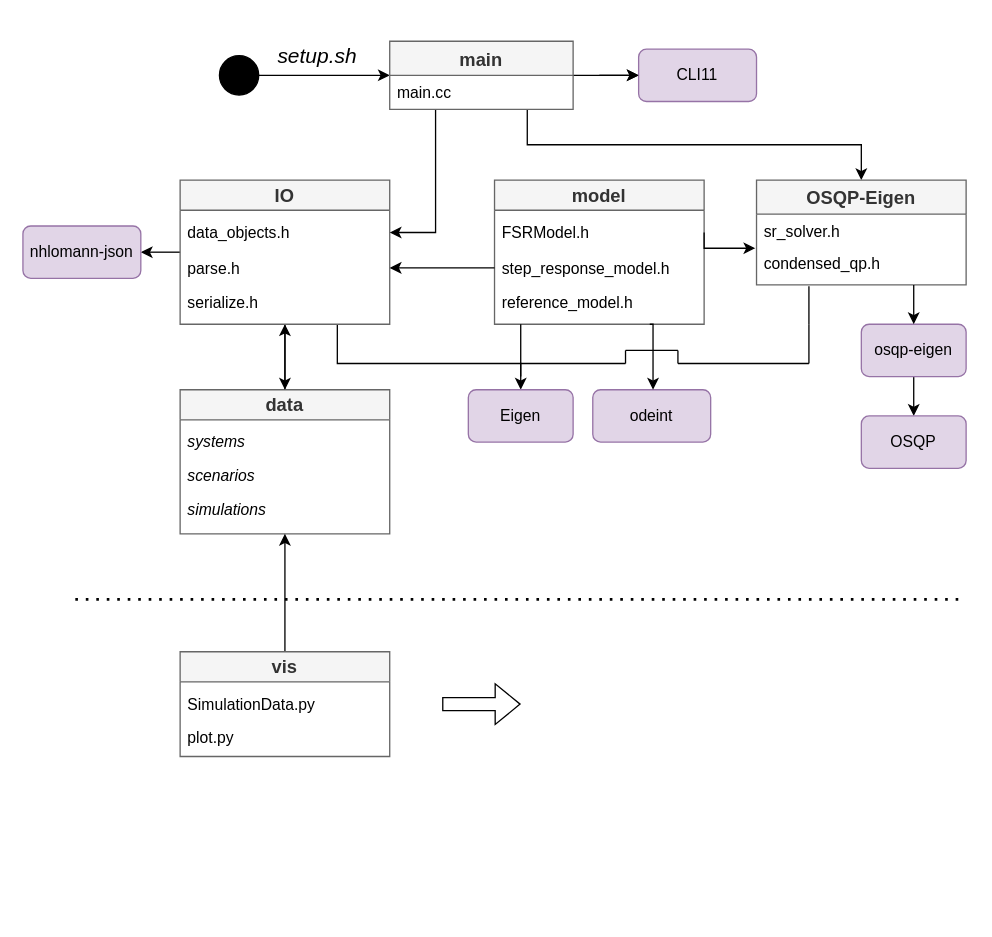
Before: fig/module_diagram.drawio in gotvinne/Light-weight-MPC, a draw.io diagram. Source tidied: cells renumbered, new cells numbered last; positions are measured from the earlier drawing's top-left corner, leaving out a move shared by most shapes. Both pictures are drawn from the tidied source at 131%, with x=0, y=0 at pixel (22, 35).
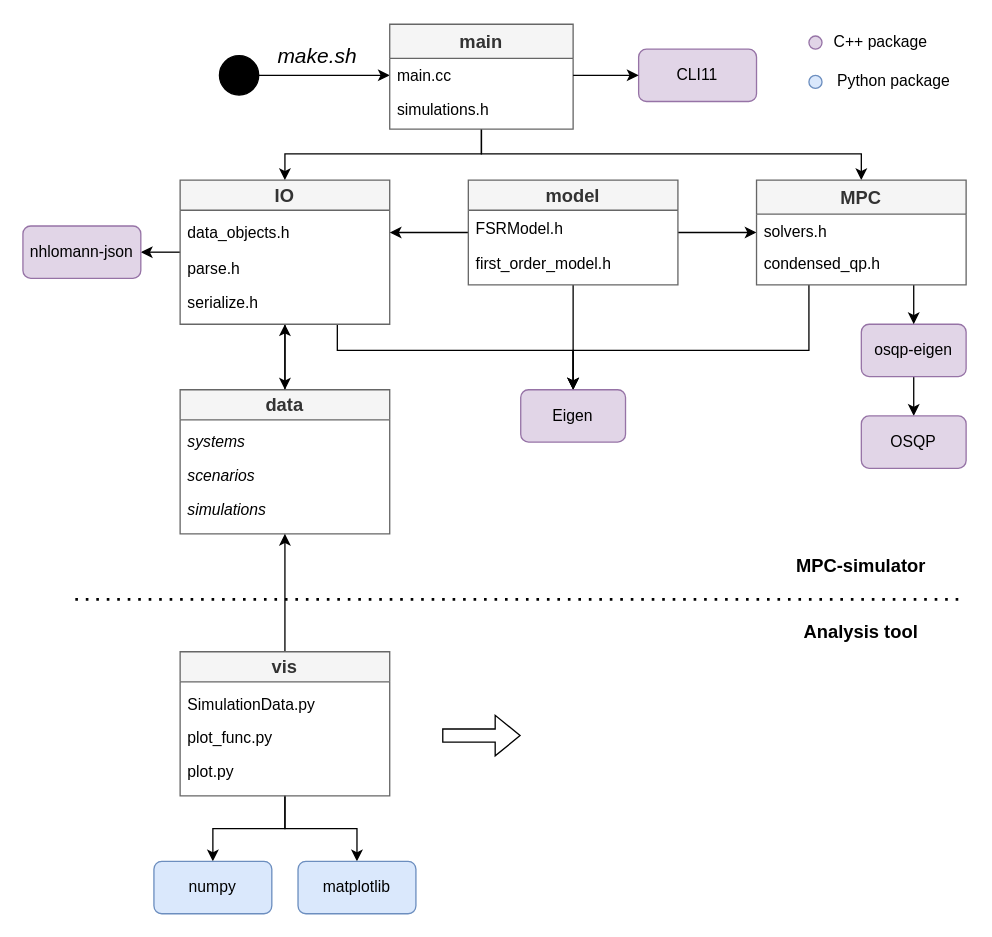
After the change.

Unchanged cells that the change refers to:
```xml
<mxCell id="10" value="&lt;font style=&quot;font-size: 14px;&quot;&gt;IO&lt;/font&gt;" style="swimlane;whiteSpace=wrap;html=1;fillColor=#f5f5f5;fontColor=#333333;strokeColor=#666666;" parent="1" vertex="1">
  <mxGeometry x="120" y="110" width="160" height="110" as="geometry" />
</mxCell>
<mxCell id="11" value="data_objects.h" style="text;strokeColor=none;fillColor=none;align=left;verticalAlign=top;spacingLeft=4;spacingRight=4;overflow=hidden;points=[[0,0.5],[1,0.5]];portConstraint=eastwest;fontSize=12;" parent="10" vertex="1">
  <mxGeometry y="27" width="160" height="26" as="geometry" />
</mxCell>
<mxCell id="24" value="osqp-eigen" style="rounded=1;whiteSpace=wrap;html=1;fillColor=#e1d5e7;strokeColor=#9673a6;" parent="1" vertex="1">
  <mxGeometry x="640" y="220" width="80" height="40" as="geometry" />
</mxCell>
<mxCell id="28" style="ellipse;whiteSpace=wrap;html=1;fillColor=#000000;" parent="1" vertex="1">
  <mxGeometry x="150" y="15" width="30" height="30" as="geometry" />
</mxCell>
<mxCell id="31" value="CLI11" style="rounded=1;whiteSpace=wrap;html=1;fillColor=#e1d5e7;strokeColor=#9673a6;" parent="1" vertex="1">
  <mxGeometry x="470" y="10" width="90" height="40" as="geometry" />
</mxCell>
<mxCell id="40" value="condensed_qp.h" style="text;strokeColor=none;fillColor=none;align=left;verticalAlign=top;spacingLeft=4;spacingRight=4;overflow=hidden;points=[[0,0.5],[1,0.5]];portConstraint=eastwest;fontSize=12;" parent="38" vertex="1">
  <mxGeometry y="50" width="160" height="30" as="geometry" />
</mxCell>
```

Change to the diagram source:
```diff
@@
-    <mxCell id="9" style="edgeStyle=orthogonalEdgeStyle;rounded=0;jettySize=auto;html=1;exitX=0.75;exitY=1;exitDx=0;exitDy=0;fontSize=14;" parent="1" edge="1" source="10" target="26">
+    <mxCell id="9" style="edgeStyle=orthogonalEdgeStyle;rounded=0;jettySize=auto;html=1;exitX=0.75;exitY=1;exitDx=0;exitDy=0;entryX=0.5;entryY=0;entryDx=0;entryDy=0;" parent="1" edge="1" source="10" target="26">
       <mxGeometry relative="1" as="geometry">
         <Array as="points">
-          <mxPoint x="240" y="250" />
-          <mxPoint x="380" y="250" />
+          <mxPoint x="240" y="240" />
+          <mxPoint x="420" y="240" />
         </Array>
       </mxGeometry>
     </mxCell>
@@
     <mxCell id="12" value="parse.h&#10;" style="text;strokeColor=none;fillColor=none;align=left;verticalAlign=top;spacingLeft=4;spacingRight=4;overflow=hidden;points=[[0,0.5],[1,0.5]];portConstraint=eastwest;fontSize=12;" parent="10" vertex="1">
-      <mxGeometry y="54" width="160" height="26" as="geometry" />
+      <mxGeometry y="54" width="140" height="26" as="geometry" />
     </mxCell>
@@
+    <mxCell id="56" style="edgeStyle=orthogonalEdgeStyle;rounded=0;jettySize=auto;html=1;exitX=0.5;exitY=1;exitDx=0;exitDy=0;entryX=0.5;entryY=0;entryDx=0;entryDy=0;" parent="1" edge="1" source="15" target="75">
+      <mxGeometry relative="1" as="geometry" />
+    </mxCell>
+    <mxCell id="57" style="edgeStyle=orthogonalEdgeStyle;rounded=0;jettySize=auto;html=1;exitX=0.5;exitY=1;exitDx=0;exitDy=0;entryX=0.5;entryY=0;entryDx=0;entryDy=0;" parent="1" edge="1" source="15" target="76">
+      <mxGeometry relative="1" as="geometry" />
+    </mxCell>
     <mxCell id="15" value="&lt;font style=&quot;font-size: 14px;&quot;&gt;vis&lt;/font&gt;" style="swimlane;whiteSpace=wrap;html=1;fillColor=#f5f5f5;fontColor=#333333;strokeColor=#666666;" parent="1" vertex="1">
-      <mxGeometry x="120" y="470" width="160" height="80" as="geometry" />
+      <mxGeometry x="120" y="470" width="160" height="110" as="geometry" />
     </mxCell>
@@
-    <mxCell id="17" value="plot.py" style="text;strokeColor=none;fillColor=none;align=left;verticalAlign=top;spacingLeft=4;spacingRight=4;overflow=hidden;fontSize=12;" parent="15" vertex="1">
+    <mxCell id="17" value="plot_func.py" style="text;strokeColor=none;fillColor=none;align=left;verticalAlign=top;spacingLeft=4;spacingRight=4;overflow=hidden;fontSize=12;" parent="15" vertex="1">
       <mxGeometry y="52" width="160" height="26" as="geometry" />
     </mxCell>
+    <mxCell id="58" value="plot.py" style="text;strokeColor=none;fillColor=none;align=left;verticalAlign=top;spacingLeft=4;spacingRight=4;overflow=hidden;fontSize=12;" parent="15" vertex="1">
+      <mxGeometry y="78" width="160" height="26" as="geometry" />
+    </mxCell>
+    <mxCell id="59" style="edgeStyle=orthogonalEdgeStyle;rounded=0;jettySize=auto;html=1;exitX=0.5;exitY=1;exitDx=0;exitDy=0;entryX=0.5;entryY=0;entryDx=0;entryDy=0;" parent="1" edge="1" source="18" target="26">
+      <mxGeometry relative="1" as="geometry" />
+    </mxCell>
+    <mxCell id="60" style="edgeStyle=orthogonalEdgeStyle;rounded=0;jettySize=auto;html=1;exitX=1;exitY=0.5;exitDx=0;exitDy=0;" parent="1" edge="1" source="18" target="38">
+      <mxGeometry relative="1" as="geometry" />
+    </mxCell>
+    <mxCell id="61" style="edgeStyle=orthogonalEdgeStyle;rounded=0;jettySize=auto;html=1;entryX=1;entryY=0.5;entryDx=0;entryDy=0;" parent="1" edge="1" source="18" target="11">
+      <mxGeometry relative="1" as="geometry" />
+    </mxCell>
     <mxCell id="18" value="&lt;font style=&quot;font-size: 14px;&quot;&gt;model&lt;/font&gt;" style="swimlane;whiteSpace=wrap;html=1;fillColor=#f5f5f5;fontColor=#333333;strokeColor=#666666;" parent="1" vertex="1">
-      <mxGeometry x="360" y="110" width="160" height="110" as="geometry" />
+      <mxGeometry x="340" y="110" width="160" height="80" as="geometry" />
     </mxCell>
     <mxCell id="19" value="FSRModel.h" style="text;strokeColor=none;fillColor=none;align=left;verticalAlign=top;spacingLeft=4;spacingRight=4;overflow=hidden;points=[[0,0.5],[1,0.5]];portConstraint=eastwest;fontSize=12;" parent="18" vertex="1">
-      <mxGeometry y="27" width="160" height="26" as="geometry" />
+      <mxGeometry y="24" width="160" height="26" as="geometry" />
     </mxCell>
-    <mxCell id="20" value="step_response_model.h" style="text;strokeColor=none;fillColor=none;align=left;verticalAlign=top;spacingLeft=4;spacingRight=4;overflow=hidden;points=[[0,0.5],[1,0.5]];portConstraint=eastwest;fontSize=12;" parent="18" vertex="1">
-      <mxGeometry y="54" width="160" height="26" as="geometry" />
+    <mxCell id="20" value="first_order_model.h" style="text;strokeColor=none;fillColor=none;align=left;verticalAlign=top;spacingLeft=4;spacingRight=4;overflow=hidden;points=[[0,0.5],[1,0.5]];portConstraint=eastwest;fontSize=12;" parent="18" vertex="1">
+      <mxGeometry y="50" width="160" height="26" as="geometry" />
     </mxCell>
-    <mxCell id="21" value="reference_model.h" style="text;strokeColor=none;fillColor=none;align=left;verticalAlign=top;spacingLeft=4;spacingRight=4;overflow=hidden;fontSize=12;" parent="18" vertex="1">
-      <mxGeometry y="80" width="160" height="26" as="geometry" />
-    </mxCell>
@@
     <mxCell id="26" value="Eigen" style="rounded=1;whiteSpace=wrap;html=1;fillColor=#e1d5e7;strokeColor=#9673a6;" parent="1" vertex="1">
-      <mxGeometry x="340" y="270" width="80" height="40" as="geometry" />
+      <mxGeometry x="380" y="270" width="80" height="40" as="geometry" />
     </mxCell>
-    <mxCell id="27" style="edgeStyle=orthogonalEdgeStyle;rounded=0;jettySize=auto;html=1;exitX=1;exitY=0.5;exitDx=0;exitDy=0;entryX=0;entryY=0.5;entryDx=0;entryDy=0;fontSize=16;" parent="1" edge="1" target="31">
-      <mxGeometry relative="1" as="geometry">
-        <mxPoint x="440" y="30" as="sourcePoint" />
-      </mxGeometry>
-    </mxCell>
+    <mxCell id="62" style="edgeStyle=orthogonalEdgeStyle;rounded=0;jettySize=auto;html=1;exitX=1;exitY=0.5;exitDx=0;exitDy=0;entryX=0;entryY=0.5;entryDx=0;entryDy=0;" parent="1" edge="1" source="28" target="64">
+      <mxGeometry relative="1" as="geometry" />
+    </mxCell>
@@
-    <mxCell id="29" style="endArrow=classic;html=1;rounded=0;exitX=1;exitY=0.5;exitDx=0;exitDy=0;entryX=0;entryY=0.5;entryDx=0;entryDy=0;" parent="1" edge="1" source="28">
-      <mxGeometry relative="1" as="geometry">
-        <mxPoint x="280" y="30" as="targetPoint" />
-      </mxGeometry>
-    </mxCell>
-    <mxCell id="30" value="&lt;i&gt;&lt;font style=&quot;font-size: 16px;&quot;&gt;setup.sh&lt;/font&gt;&lt;/i&gt;" style="text;html=1;strokeColor=none;fillColor=none;align=center;verticalAlign=middle;whiteSpace=wrap;rounded=0;" parent="1" vertex="1">
+    <mxCell id="30" value="&lt;i&gt;&lt;font style=&quot;font-size: 16px;&quot;&gt;make.sh&lt;/font&gt;&lt;/i&gt;" style="text;html=1;strokeColor=none;fillColor=none;align=center;verticalAlign=middle;whiteSpace=wrap;rounded=0;" parent="1" vertex="1">
       <mxGeometry x="190" width="70" height="30" as="geometry" />
     </mxCell>
@@
-    <mxCell id="32" value="odeint" style="rounded=1;whiteSpace=wrap;html=1;fillColor=#e1d5e7;strokeColor=#9673a6;" parent="1" vertex="1">
-      <mxGeometry x="435" y="270" width="90" height="40" as="geometry" />
-    </mxCell>
-    <mxCell id="33" style="edgeStyle=orthogonalEdgeStyle;rounded=0;jettySize=auto;html=1;exitX=1;exitY=0.5;exitDx=0;exitDy=0;fontSize=16;" parent="1" edge="1" source="36">
-      <mxGeometry relative="1" as="geometry">
-        <mxPoint x="470" y="30" as="targetPoint" />
-      </mxGeometry>
-    </mxCell>
-    <mxCell id="34" style="edgeStyle=orthogonalEdgeStyle;rounded=0;jettySize=auto;html=1;exitX=0.25;exitY=1;exitDx=0;exitDy=0;entryX=1;entryY=0.5;entryDx=0;entryDy=0;fontSize=14;endArrow=classic;endFill=1;" parent="1" edge="1" source="36" target="11">
-      <mxGeometry relative="1" as="geometry" />
-    </mxCell>
+    <mxCell id="63" style="edgeStyle=orthogonalEdgeStyle;rounded=0;jettySize=auto;html=1;exitX=0.5;exitY=1;exitDx=0;exitDy=0;entryX=0.5;entryY=0;entryDx=0;entryDy=0;" parent="1" edge="1" source="36" target="10">
+      <mxGeometry relative="1" as="geometry">
+        <Array as="points">
+          <mxPoint x="350" y="90" />
+          <mxPoint x="200" y="90" />
+        </Array>
+      </mxGeometry>
+    </mxCell>
-    <mxCell id="35" style="edgeStyle=orthogonalEdgeStyle;rounded=0;jettySize=auto;html=1;exitX=0.75;exitY=1;exitDx=0;exitDy=0;entryX=0.5;entryY=0;entryDx=0;entryDy=0;fontSize=14;endArrow=classic;endFill=1;" parent="1" edge="1" source="36" target="38">
-      <mxGeometry relative="1" as="geometry" />
+    <mxCell id="35" style="edgeStyle=orthogonalEdgeStyle;rounded=0;jettySize=auto;html=1;exitX=0.5;exitY=1;exitDx=0;exitDy=0;entryX=0.5;entryY=0;entryDx=0;entryDy=0;" parent="1" edge="1" source="36" target="38">
+      <mxGeometry relative="1" as="geometry">
+        <Array as="points">
+          <mxPoint x="350" y="90" />
+          <mxPoint x="640" y="90" />
+        </Array>
+      </mxGeometry>
     </mxCell>
     <mxCell id="36" value="main" style="swimlane;fontStyle=1;horizontal=1;startSize=26;fillColor=#f5f5f5;fontSize=14;fontColor=#333333;strokeColor=#666666;" parent="1" vertex="1">
-      <mxGeometry x="280" y="4" width="140" height="52" as="geometry" />
+      <mxGeometry x="280" y="-9" width="140" height="80" as="geometry" />
     </mxCell>
+    <mxCell id="64" value="main.cc" style="text;strokeColor=none;fillColor=none;align=left;verticalAlign=top;spacingLeft=4;spacingRight=4;overflow=hidden;points=[[0,0.5],[1,0.5]];portConstraint=eastwest;fontSize=12;" parent="36" vertex="1">
+      <mxGeometry y="26" width="140" height="26" as="geometry" />
+    </mxCell>
-    <mxCell id="37" value="main.cc" style="text;strokeColor=none;fillColor=none;align=left;verticalAlign=top;spacingLeft=4;spacingRight=4;overflow=hidden;fontSize=12;" parent="36" vertex="1">
-      <mxGeometry y="26" width="140" height="26" as="geometry" />
+    <mxCell id="37" value="simulations.h" style="text;strokeColor=none;fillColor=none;align=left;verticalAlign=top;spacingLeft=4;spacingRight=4;overflow=hidden;fontSize=12;" parent="36" vertex="1">
+      <mxGeometry y="52" width="140" height="28" as="geometry" />
     </mxCell>
+    <mxCell id="65" style="edgeStyle=orthogonalEdgeStyle;rounded=0;jettySize=auto;html=1;exitX=0.25;exitY=1;exitDx=0;exitDy=0;entryX=0.5;entryY=0;entryDx=0;entryDy=0;" parent="1" edge="1" source="38" target="26">
+      <mxGeometry relative="1" as="geometry">
+        <Array as="points">
+          <mxPoint x="600" y="240" />
+          <mxPoint x="420" y="240" />
+        </Array>
+      </mxGeometry>
+    </mxCell>
+    <mxCell id="66" style="edgeStyle=orthogonalEdgeStyle;rounded=0;jettySize=auto;html=1;exitX=0.75;exitY=1;exitDx=0;exitDy=0;entryX=0.5;entryY=0;entryDx=0;entryDy=0;" parent="1" edge="1" source="38" target="24">
+      <mxGeometry relative="1" as="geometry" />
+    </mxCell>
-    <mxCell id="38" value="OSQP-Eigen" style="swimlane;fontStyle=1;horizontal=1;startSize=26;fillColor=#f5f5f5;fontSize=14;fontColor=#333333;strokeColor=#666666;" parent="1" vertex="1">
+    <mxCell id="38" value="MPC" style="swimlane;fontStyle=1;horizontal=1;startSize=26;fillColor=#f5f5f5;fontSize=14;fontColor=#333333;strokeColor=#666666;" parent="1" vertex="1">
       <mxGeometry x="560" y="110" width="160" height="80" as="geometry" />
     </mxCell>
-    <mxCell id="39" value="sr_solver.h" style="text;strokeColor=none;fillColor=none;align=left;verticalAlign=top;spacingLeft=4;spacingRight=4;overflow=hidden;fontSize=12;" parent="38" vertex="1">
+    <mxCell id="39" value="solvers.h" style="text;strokeColor=none;fillColor=none;align=left;verticalAlign=top;spacingLeft=4;spacingRight=4;overflow=hidden;fontSize=12;" parent="38" vertex="1">
       <mxGeometry y="26" width="160" height="24" as="geometry" />
     </mxCell>
@@
     <mxCell id="41" style="shape=flexArrow;endArrow=classic;html=1;rounded=0;fontSize=12;" parent="1" edge="1">
       <mxGeometry relative="1" as="geometry">
-        <mxPoint x="320" y="510" as="sourcePoint" />
-        <mxPoint x="380" y="510" as="targetPoint" />
+        <mxPoint x="320" y="534" as="sourcePoint" />
+        <mxPoint x="380" y="534" as="targetPoint" />
       </mxGeometry>
     </mxCell>
-    <mxCell id="42" style="endArrow=none;html=1;rounded=0;fontSize=14;" parent="1" edge="1">
-      <mxGeometry relative="1" as="geometry">
-        <mxPoint x="500" y="250" as="sourcePoint" />
-        <mxPoint x="600" y="250" as="targetPoint" />
-      </mxGeometry>
-    </mxCell>
-    <mxCell id="43" style="endArrow=none;html=1;rounded=0;fontSize=14;" parent="1" edge="1">
-      <mxGeometry relative="1" as="geometry">
-        <mxPoint x="460" y="250" as="sourcePoint" />
-        <mxPoint x="380" y="250" as="targetPoint" />
-      </mxGeometry>
-    </mxCell>
-    <mxCell id="44" style="endArrow=none;html=1;rounded=0;fontSize=14;" parent="1" edge="1">
-      <mxGeometry relative="1" as="geometry">
-        <mxPoint x="600" y="250" as="sourcePoint" />
-        <mxPoint x="600" y="220" as="targetPoint" />
-      </mxGeometry>
-    </mxCell>
-    <mxCell id="45" style="group;" parent="1" vertex="1">
-      <mxGeometry x="460" y="220" width="40" height="30" as="geometry" />
-    </mxCell>
-    <mxCell id="46" style="edgeStyle=orthogonalEdgeStyle;rounded=0;orthogonalLoop=1;jettySize=auto;html=1;exitX=0.75;exitY=1;exitDx=0;exitDy=0;entryX=0.5;entryY=0;entryDx=0;entryDy=0;fontSize=14;" parent="45" edge="1">
-      <mxGeometry x="-1" y="318" relative="1" as="geometry">
-        <mxPoint x="18.5" as="sourcePoint" />
-        <mxPoint x="21" y="50" as="targetPoint" />
-        <Array as="points">
-          <mxPoint x="21" />
-        </Array>
-        <mxPoint x="-208" y="78" as="offset" />
-      </mxGeometry>
-    </mxCell>
-    <mxCell id="47" style="endArrow=none;html=1;rounded=0;fontSize=14;" parent="45" edge="1">
-      <mxGeometry relative="1" as="geometry">
-        <mxPoint x="40" y="20" as="sourcePoint" />
-        <mxPoint x="40" y="30" as="targetPoint" />
-      </mxGeometry>
-    </mxCell>
-    <mxCell id="48" style="endArrow=none;html=1;rounded=0;fontSize=14;" parent="45" edge="1">
-      <mxGeometry relative="1" as="geometry">
-        <mxPoint y="20" as="sourcePoint" />
-        <mxPoint x="40" y="20" as="targetPoint" />
-      </mxGeometry>
-    </mxCell>
-    <mxCell id="49" style="endArrow=none;html=1;rounded=0;fontSize=14;" parent="45" edge="1">
-      <mxGeometry relative="1" as="geometry">
-        <mxPoint y="30" as="sourcePoint" />
-        <mxPoint y="20" as="targetPoint" />
-      </mxGeometry>
-    </mxCell>
-    <mxCell id="50" style="edgeStyle=orthogonalEdgeStyle;rounded=0;jettySize=auto;html=1;exitX=0;exitY=0.5;exitDx=0;exitDy=0;entryX=1;entryY=0.5;entryDx=0;entryDy=0;fontSize=14;endArrow=classic;endFill=1;" parent="1" edge="1" source="20" target="12">
-      <mxGeometry relative="1" as="geometry" />
-    </mxCell>
-    <mxCell id="51" style="endArrow=none;html=1;rounded=0;fontSize=14;" parent="1" edge="1">
-      <mxGeometry relative="1" as="geometry">
-        <mxPoint x="380" y="260" as="sourcePoint" />
-        <mxPoint x="380" y="220" as="targetPoint" />
-      </mxGeometry>
-    </mxCell>
-    <mxCell id="52" style="edgeStyle=orthogonalEdgeStyle;rounded=0;jettySize=auto;html=1;exitX=1;exitY=0.5;exitDx=0;exitDy=0;entryX=-0.006;entryY=0.067;entryDx=0;entryDy=0;entryPerimeter=0;fontSize=14;endArrow=classic;endFill=1;" parent="1" edge="1" source="19" target="40">
-      <mxGeometry relative="1" as="geometry">
-        <Array as="points">
-          <mxPoint x="520" y="162" />
-        </Array>
-      </mxGeometry>
-    </mxCell>
-    <mxCell id="53" style="endArrow=none;html=1;rounded=0;fontSize=14;entryX=0.25;entryY=1.033;entryDx=0;entryDy=0;entryPerimeter=0;" parent="1" edge="1" target="40">
-      <mxGeometry relative="1" as="geometry">
-        <mxPoint x="600" y="220" as="sourcePoint" />
-      </mxGeometry>
-    </mxCell>
-    <mxCell id="54" style="endArrow=classic;html=1;rounded=0;fontSize=14;entryX=0.5;entryY=0;entryDx=0;entryDy=0;" parent="1" edge="1" target="24">
-      <mxGeometry relative="1" as="geometry">
-        <mxPoint x="680" y="190" as="sourcePoint" />
-      </mxGeometry>
-    </mxCell>
@@
+    <mxCell id="67" value="&lt;b&gt;&lt;font style=&quot;font-size: 14px;&quot;&gt;MPC-simulator&lt;/font&gt;&lt;/b&gt;" style="text;html=1;strokeColor=none;fillColor=none;align=center;verticalAlign=middle;whiteSpace=wrap;rounded=0;" parent="1" vertex="1">
+      <mxGeometry x="560" y="390" width="160" height="30" as="geometry" />
+    </mxCell>
+    <mxCell id="68" value="&lt;font style=&quot;font-size: 14px;&quot;&gt;&lt;b&gt;Analysis tool&lt;br&gt;&lt;/b&gt;&lt;/font&gt;" style="text;html=1;strokeColor=none;fillColor=none;align=center;verticalAlign=middle;whiteSpace=wrap;rounded=0;" parent="1" vertex="1">
+      <mxGeometry x="560" y="440" width="160" height="30" as="geometry" />
+    </mxCell>
+    <mxCell id="69" style="edgeStyle=orthogonalEdgeStyle;rounded=0;jettySize=auto;html=1;exitX=1;exitY=0.5;exitDx=0;exitDy=0;entryX=0;entryY=0.5;entryDx=0;entryDy=0;" parent="1" edge="1" source="64" target="31">
+      <mxGeometry relative="1" as="geometry" />
+    </mxCell>
+    <mxCell id="70" style="group;" parent="1" vertex="1">
+      <mxGeometry x="600" y="-10" width="120" height="60" as="geometry" />
+    </mxCell>
+    <mxCell id="71" style="ellipse;whiteSpace=wrap;html=1;fillColor=#e1d5e7;strokeColor=#9673a6;" parent="70" vertex="1">
+      <mxGeometry y="10" width="10" height="10" as="geometry" />
+    </mxCell>
+    <mxCell id="72" style="ellipse;whiteSpace=wrap;html=1;fillColor=#dae8fc;strokeColor=#6c8ebf;" parent="70" vertex="1">
+      <mxGeometry y="40" width="10" height="10" as="geometry" />
+    </mxCell>
+    <mxCell id="73" value="C++ package" style="text;html=1;strokeColor=none;fillColor=none;align=center;verticalAlign=middle;whiteSpace=wrap;rounded=0;" parent="70" vertex="1">
+      <mxGeometry width="110" height="30" as="geometry" />
+    </mxCell>
+    <mxCell id="74" value="Python package" style="text;html=1;strokeColor=none;fillColor=none;align=center;verticalAlign=middle;whiteSpace=wrap;rounded=0;" parent="70" vertex="1">
+      <mxGeometry x="10" y="30" width="110" height="30" as="geometry" />
+    </mxCell>
+    <mxCell id="75" value="matplotlib" style="rounded=1;whiteSpace=wrap;html=1;fillColor=#dae8fc;strokeColor=#6c8ebf;" parent="1" vertex="1">
+      <mxGeometry x="210" y="630" width="90" height="40" as="geometry" />
+    </mxCell>
+    <mxCell id="76" value="numpy" style="rounded=1;whiteSpace=wrap;html=1;fillColor=#dae8fc;strokeColor=#6c8ebf;" parent="1" vertex="1">
+      <mxGeometry x="100" y="630" width="90" height="40" as="geometry" />
+    </mxCell>
```
